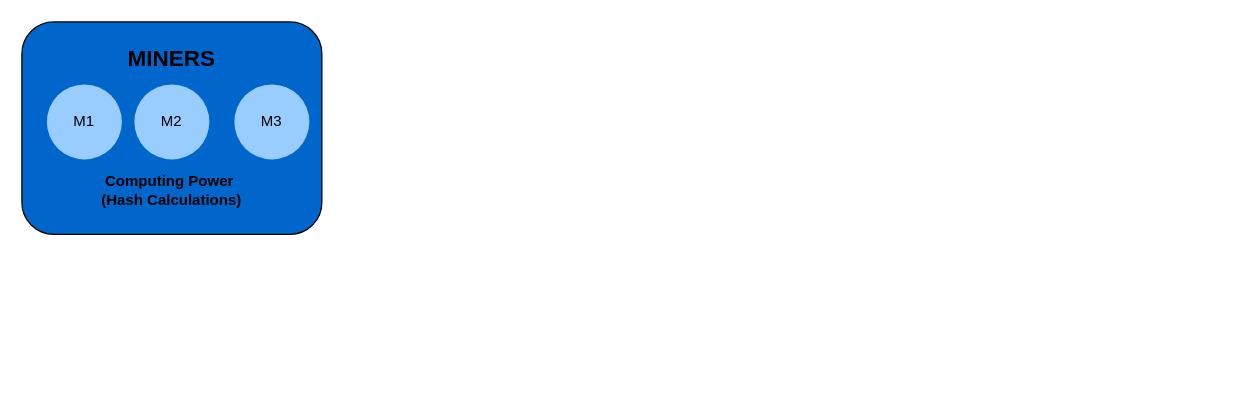
Earlier version of the draw.io diagram ProofOfWork.drawio (SifisoMzansi/architecture-diagrams). Source tidied: cells renumbered, new cells numbered last; positions are measured from the earlier drawing's top-left corner, leaving out a move shared by most shapes. Both pictures are drawn from the tidied source at 125%, with x=0, y=0 at pixel (21, 21).
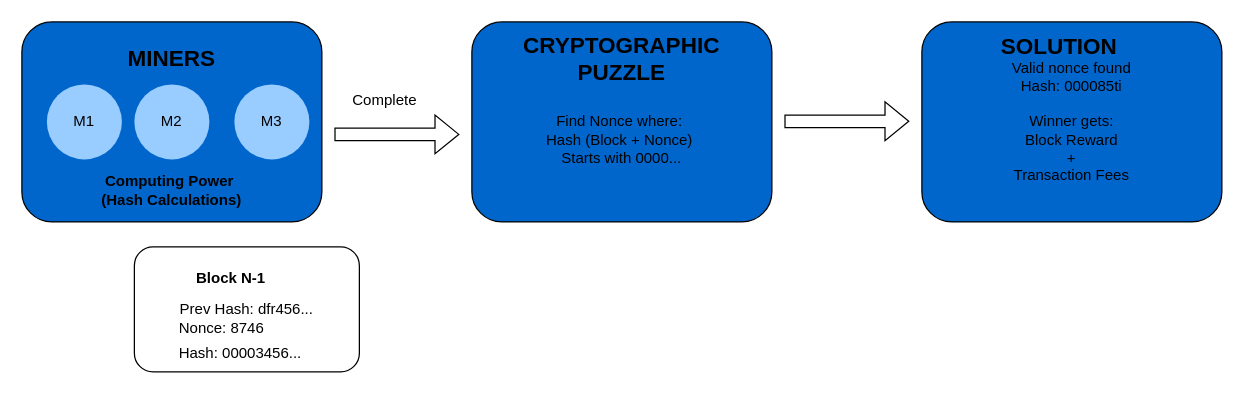
The same page after the edit.

Change to the diagram source:
```diff
@@
     <mxCell id="2" style="rounded=1;whiteSpace=wrap;html=1;fillColor=#0066CC;" parent="1" vertex="1">
-      <mxGeometry width="240" height="170" as="geometry" />
+      <mxGeometry width="240" height="160" as="geometry" />
     </mxCell>
@@
+    <mxCell id="8" style="shape=flexArrow;endArrow=classic;html=1;rounded=0;" parent="1" edge="1">
+      <mxGeometry relative="1" as="geometry">
+        <mxPoint x="250" y="90" as="sourcePoint" />
+        <mxPoint x="350" y="90" as="targetPoint" />
+      </mxGeometry>
+    </mxCell>
+    <mxCell id="9" value="&lt;div&gt;&lt;br&gt;&lt;/div&gt;&lt;div&gt;&lt;br&gt;&lt;/div&gt;&lt;div&gt;&lt;br&gt;&lt;/div&gt;Find Nonce where:&amp;nbsp;&lt;div&gt;Hash (Block + Nonce)&amp;nbsp;&lt;/div&gt;&lt;div&gt;Starts with 0000...&lt;/div&gt;&lt;div&gt;&lt;br&gt;&lt;/div&gt;" style="rounded=1;whiteSpace=wrap;html=1;fillColor=#0066CC;" parent="1" vertex="1">
+      <mxGeometry x="360" width="240" height="160" as="geometry" />
+    </mxCell>
+    <mxCell id="10" value="&lt;b&gt;&lt;font style=&quot;font-size: 18px;&quot;&gt;CRYPTOGRAPHIC PUZZLE&lt;/font&gt;&lt;/b&gt;" style="text;html=1;align=center;verticalAlign=middle;whiteSpace=wrap;rounded=0;strokeColor=none;" parent="1" vertex="1">
+      <mxGeometry x="370" y="10" width="220" height="40" as="geometry" />
+    </mxCell>
+    <mxCell id="11" value="Complete" style="text;html=1;align=center;verticalAlign=middle;strokeColor=none;fillColor=none;" parent="1" vertex="1">
+      <mxGeometry x="255" y="48" width="70" height="30" as="geometry" />
+    </mxCell>
+    <mxCell id="12" style="shape=flexArrow;endArrow=classic;html=1;rounded=0;" parent="1" edge="1">
+      <mxGeometry relative="1" as="geometry">
+        <mxPoint x="610" y="79.5" as="sourcePoint" />
+        <mxPoint x="710" y="79.5" as="targetPoint" />
+      </mxGeometry>
+    </mxCell>
+    <mxCell id="13" value="Valid nonce found&lt;div&gt;Hash: 000085ti&lt;/div&gt;&lt;div&gt;&lt;br&gt;&lt;/div&gt;&lt;div&gt;Winner gets:&lt;/div&gt;&lt;div&gt;Block Reward&lt;/div&gt;&lt;div&gt;+&lt;/div&gt;&lt;div&gt;Transaction Fees&lt;/div&gt;" style="rounded=1;whiteSpace=wrap;html=1;fillColor=#0066CC;" parent="1" vertex="1">
+      <mxGeometry x="720" width="240" height="160" as="geometry" />
+    </mxCell>
+    <mxCell id="14" value="&lt;b&gt;&lt;font style=&quot;font-size: 18px;&quot;&gt;SOLUTION&lt;/font&gt;&lt;/b&gt;&lt;div&gt;&lt;b&gt;&lt;font style=&quot;font-size: 18px;&quot;&gt;&lt;br&gt;&lt;/font&gt;&lt;/b&gt;&lt;/div&gt;" style="text;html=1;align=center;verticalAlign=middle;whiteSpace=wrap;rounded=0;strokeColor=none;" parent="1" vertex="1">
+      <mxGeometry x="720" y="10" width="220" height="42" as="geometry" />
+    </mxCell>
+    <mxCell id="15" style="rounded=1;whiteSpace=wrap;html=1;" parent="1" vertex="1">
+      <mxGeometry x="90" y="180" width="180" height="100" as="geometry" />
+    </mxCell>
+    <mxCell id="16" value="&lt;b&gt;Block N-1&lt;/b&gt;" style="text;html=1;align=center;verticalAlign=middle;whiteSpace=wrap;rounded=0;" parent="1" vertex="1">
+      <mxGeometry x="115" y="190" width="105" height="30" as="geometry" />
+    </mxCell>
+    <mxCell id="17" value="Prev Hash: dfr456..." style="text;html=1;align=center;verticalAlign=middle;whiteSpace=wrap;rounded=0;" parent="1" vertex="1">
+      <mxGeometry x="110" y="215" width="140" height="30" as="geometry" />
+    </mxCell>
+    <mxCell id="18" value="Nonce: 8746" style="text;html=1;align=center;verticalAlign=middle;whiteSpace=wrap;rounded=0;" parent="1" vertex="1">
+      <mxGeometry x="90" y="230" width="140" height="30" as="geometry" />
+    </mxCell>
+    <mxCell id="19" value="Hash: 00003456..." style="text;html=1;align=center;verticalAlign=middle;whiteSpace=wrap;rounded=0;" parent="1" vertex="1">
+      <mxGeometry x="90" y="250" width="170" height="30" as="geometry" />
+    </mxCell>
```
